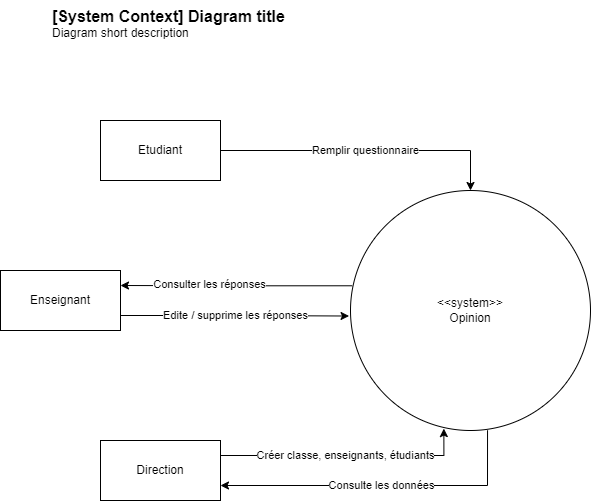
Devetik/Diagrammes keeps this draw.io diagram as Diagrammes/DiagrammeContext.drawio.png. Above is the earlier version. Source tidied: cells renumbered, new cells last; positions are measured from the earlier drawing's top-left corner, leaving out a move shared by most shapes. The source it was exported from:
```xml
<mxGraphModel>
  <root>
    <mxCell id="0" />
    <mxCell id="1" parent="0" />
    <mxCell id="2" value="Remplir questionnaire" style="edgeStyle=orthogonalEdgeStyle;rounded=0;jettySize=auto;html=1;exitX=1;exitY=0.5;exitDx=0;exitDy=0;" parent="1" edge="1" source="3" target="11">
      <mxGeometry relative="1" as="geometry" />
    </mxCell>
    <mxCell id="3" value="Etudiant" style="rounded=0;whiteSpace=wrap;html=1;gradientColor=none;fillColor=none;" parent="1" vertex="1">
      <mxGeometry x="100" y="120" width="120" height="60" as="geometry" />
    </mxCell>
    <mxCell id="4" value="Edite / supprime les réponses" style="edgeStyle=orthogonalEdgeStyle;rounded=0;jettySize=auto;html=1;exitX=1;exitY=0.75;exitDx=0;exitDy=0;entryX=-0.006;entryY=0.523;entryDx=0;entryDy=0;entryPerimeter=0;" parent="1" edge="1" source="5" target="11">
      <mxGeometry relative="1" as="geometry" />
    </mxCell>
    <mxCell id="5" value="Enseignant" style="rounded=0;whiteSpace=wrap;html=1;fillColor=none;gradientColor=none;" parent="1" vertex="1">
      <mxGeometry y="270" width="120" height="60" as="geometry" />
    </mxCell>
    <mxCell id="6" value="Créer classe, enseignants, étudiants" style="edgeStyle=orthogonalEdgeStyle;rounded=0;jettySize=auto;html=1;exitX=1;exitY=0.25;exitDx=0;exitDy=0;entryX=0.389;entryY=0.992;entryDx=0;entryDy=0;entryPerimeter=0;" parent="1" edge="1" source="7" target="11">
      <mxGeometry relative="1" as="geometry" />
    </mxCell>
    <mxCell id="7" value="Direction" style="rounded=0;whiteSpace=wrap;html=1;fillColor=none;gradientColor=none;" parent="1" vertex="1">
      <mxGeometry x="100" y="440" width="120" height="60" as="geometry" />
    </mxCell>
    <mxCell id="8" style="edgeStyle=orthogonalEdgeStyle;rounded=0;jettySize=auto;html=1;exitX=0.007;exitY=0.397;exitDx=0;exitDy=0;entryX=1;entryY=0.25;entryDx=0;entryDy=0;exitPerimeter=0;" parent="1" edge="1" source="11" target="5">
      <mxGeometry relative="1" as="geometry" />
    </mxCell>
    <mxCell id="9" value="Consulter les réponses" style="edgeLabel;html=1;align=center;verticalAlign=middle;" parent="8" vertex="1">
      <mxGeometry x="0.24" y="-2" relative="1" as="geometry" />
    </mxCell>
    <mxCell id="10" value="Consulte les données" style="edgeStyle=orthogonalEdgeStyle;rounded=0;jettySize=auto;html=1;exitX=0.571;exitY=0.999;exitDx=0;exitDy=0;entryX=1;entryY=0.75;entryDx=0;entryDy=0;exitPerimeter=0;" parent="1" edge="1" source="11" target="7">
      <mxGeometry relative="1" as="geometry" />
    </mxCell>
    <mxCell id="11" value="&amp;lt;&amp;lt;system&amp;gt;&amp;gt;&lt;br&gt;Opinion" style="ellipse;whiteSpace=wrap;html=1;fillColor=none;gradientColor=none;" parent="1" vertex="1">
      <mxGeometry x="350" y="190" width="240" height="240" as="geometry" />
    </mxCell>
    <object id="12" label="&lt;font style=&quot;font-size: 16px&quot;&gt;&lt;b&gt;&lt;div style=&quot;text-align: left&quot;&gt;%c4Name%&lt;/div&gt;&lt;/b&gt;&lt;/font&gt;&lt;div style=&quot;text-align: left&quot;&gt;%c4Description%&lt;/div&gt;" c4Description="Diagram short description" c4Name="[System Context] Diagram title" c4Type="ContainerScopeBoundary" placeholders="1">
      <mxCell style="text;html=1;strokeColor=none;fillColor=none;align=left;verticalAlign=top;whiteSpace=wrap;rounded=0;" parent="1" vertex="1">
        <mxGeometry x="50" width="260" height="40" as="geometry" />
      </mxCell>
    </object>
  </root>
</mxGraphModel>
```
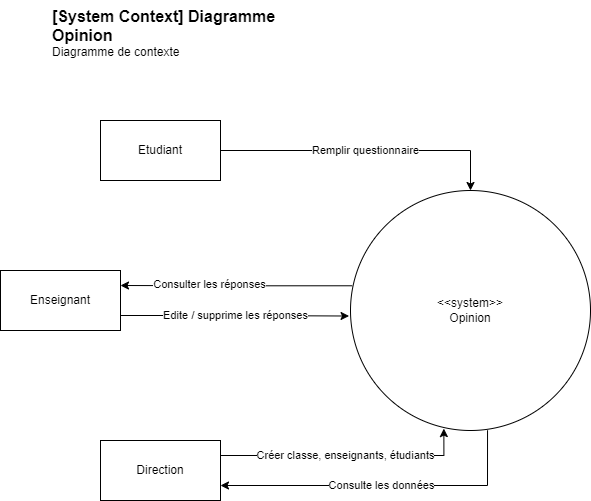
Above is the later version.

The edit, as a diff of the source:
```diff
@@ -32,7 +32,7 @@
     <mxCell id="11" value="&amp;lt;&amp;lt;system&amp;gt;&amp;gt;&lt;br&gt;Opinion" style="ellipse;whiteSpace=wrap;html=1;fillColor=none;gradientColor=none;" parent="1" vertex="1">
       <mxGeometry x="350" y="190" width="240" height="240" as="geometry" />
     </mxCell>
-    <object id="12" label="&lt;font style=&quot;font-size: 16px&quot;&gt;&lt;b&gt;&lt;div style=&quot;text-align: left&quot;&gt;%c4Name%&lt;/div&gt;&lt;/b&gt;&lt;/font&gt;&lt;div style=&quot;text-align: left&quot;&gt;%c4Description%&lt;/div&gt;" c4Description="Diagram short description" c4Name="[System Context] Diagram title" c4Type="ContainerScopeBoundary" placeholders="1">
+    <object id="12" label="&lt;font style=&quot;font-size: 16px&quot;&gt;&lt;b&gt;&lt;div style=&quot;text-align: left&quot;&gt;%c4Name%&lt;/div&gt;&lt;/b&gt;&lt;/font&gt;&lt;div style=&quot;text-align: left&quot;&gt;%c4Description%&lt;/div&gt;" c4Description="Diagramme de contexte" c4Name="[System Context] Diagramme Opinion" c4Type="ContainerScopeBoundary" placeholders="1">
       <mxCell style="text;html=1;strokeColor=none;fillColor=none;align=left;verticalAlign=top;whiteSpace=wrap;rounded=0;" parent="1" vertex="1">
         <mxGeometry x="50" width="260" height="40" as="geometry" />
       </mxCell>
```
